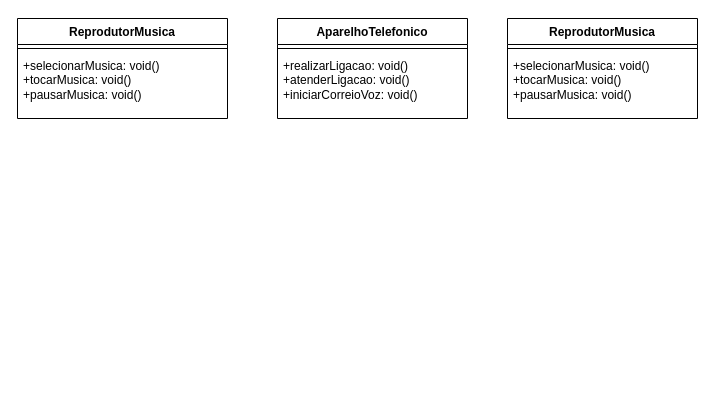
The draw.io diagram desafio-controle-fluxo/Diagrama sem nome.drawio in NFranco55/dio-trilha-java-basico, before the edit. Source tidied: cells renumbered, new cells numbered last; positions are measured from the earlier drawing's top-left corner, leaving out a move shared by most shapes. Both pictures are drawn from the tidied source at 100%, with x=0, y=0 at pixel (17, 18).
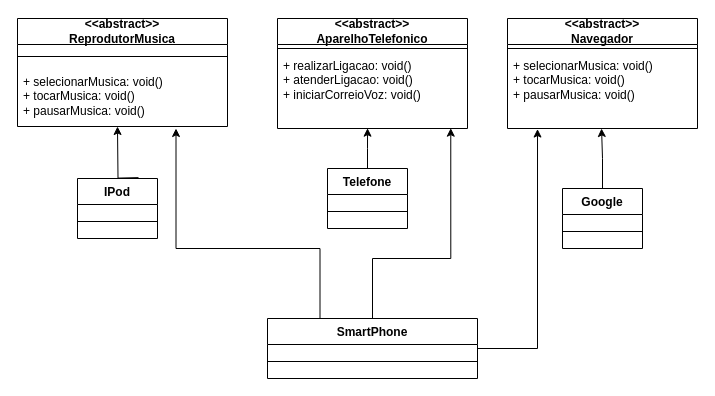
Above is the later version.

Diff of the diagram source:
```diff
@@
-    <mxCell id="2" value="ReprodutorMusica" style="swimlane;fontStyle=1;align=center;verticalAlign=top;horizontal=1;startSize=26;whiteSpace=wrap;html=1;" parent="1" vertex="1">
-      <mxGeometry width="210" height="100" as="geometry" />
+    <mxCell id="2" value="&lt;div&gt;&amp;lt;&amp;lt;abstract&amp;gt;&amp;gt;&lt;/div&gt;&lt;div&gt;ReprodutorMusica&lt;/div&gt;" style="swimlane;fontStyle=1;align=center;verticalAlign=middle;horizontal=1;startSize=26;whiteSpace=wrap;html=1;strokeWidth=1;perimeterSpacing=2;labelPosition=center;verticalLabelPosition=middle;" parent="1" vertex="1">
+      <mxGeometry width="210" height="108" as="geometry" />
     </mxCell>
     <mxCell id="3" style="line;strokeWidth=1;fillColor=none;align=left;verticalAlign=middle;spacingTop=-1;spacingLeft=3;spacingRight=3;labelPosition=right;strokeColor=inherit;" parent="2" vertex="1">
-      <mxGeometry y="26" width="210" height="8" as="geometry" />
+      <mxGeometry y="26" width="210" height="24" as="geometry" />
     </mxCell>
-    <mxCell id="4" value="&lt;div&gt;+selecionarMusica: void()&lt;/div&gt;&lt;div&gt;+tocarMusica: void()&lt;/div&gt;&lt;div&gt;+pausarMusica: void()&lt;br&gt;&lt;/div&gt;" style="text;strokeColor=none;fillColor=none;align=left;verticalAlign=top;spacingLeft=4;spacingRight=4;overflow=hidden;whiteSpace=wrap;html=1;" parent="2" vertex="1">
-      <mxGeometry y="34" width="210" height="66" as="geometry" />
+    <mxCell id="4" value="&lt;div&gt;+ selecionarMusica: void()&lt;/div&gt;&lt;div&gt;+ tocarMusica: void()&lt;/div&gt;&lt;div&gt;+ pausarMusica: void()&lt;br&gt;&lt;/div&gt;" style="text;strokeColor=none;fillColor=none;align=left;verticalAlign=top;spacingLeft=4;spacingRight=4;overflow=hidden;whiteSpace=wrap;html=1;" parent="2" vertex="1">
+      <mxGeometry y="50" width="210" height="58" as="geometry" />
     </mxCell>
-    <mxCell id="5" value="AparelhoTelefonico" style="swimlane;fontStyle=1;align=center;verticalAlign=top;horizontal=1;startSize=26;whiteSpace=wrap;html=1;" parent="1" vertex="1">
-      <mxGeometry x="260" width="190" height="100" as="geometry" />
+    <mxCell id="5" value="&lt;div&gt;&amp;lt;&amp;lt;abstract&amp;gt;&amp;gt;&lt;/div&gt;&lt;div&gt;AparelhoTelefonico&lt;/div&gt;" style="swimlane;fontStyle=1;align=center;verticalAlign=middle;horizontal=1;startSize=26;whiteSpace=wrap;html=1;labelPosition=center;verticalLabelPosition=middle;" parent="1" vertex="1">
+      <mxGeometry x="260" width="190" height="110" as="geometry" />
     </mxCell>
@@
-    <mxCell id="7" value="&lt;div&gt;+realizarLigacao: void()&lt;/div&gt;&lt;div&gt;+atenderLigacao: void()&lt;/div&gt;&lt;div&gt;+iniciarCorreioVoz: void()&lt;br&gt;&lt;/div&gt;" style="text;strokeColor=none;fillColor=none;align=left;verticalAlign=top;spacingLeft=4;spacingRight=4;overflow=hidden;points=[[0,0.5],[1,0.5]];portConstraint=eastwest;whiteSpace=wrap;html=1;" parent="5" vertex="1">
-      <mxGeometry y="34" width="190" height="66" as="geometry" />
+    <mxCell id="7" value="&lt;div&gt;+ realizarLigacao: void()&lt;/div&gt;&lt;div&gt;+ atenderLigacao: void()&lt;/div&gt;&lt;div&gt;+ iniciarCorreioVoz: void()&lt;br&gt;&lt;/div&gt;" style="text;strokeColor=none;fillColor=none;align=left;verticalAlign=top;spacingLeft=4;spacingRight=4;overflow=hidden;points=[[0,0.5],[1,0.5]];portConstraint=eastwest;whiteSpace=wrap;html=1;" parent="5" vertex="1">
+      <mxGeometry y="34" width="190" height="76" as="geometry" />
     </mxCell>
-    <mxCell id="8" value="ReprodutorMusica" style="swimlane;fontStyle=1;align=center;verticalAlign=top;horizontal=1;startSize=26;whiteSpace=wrap;html=1;" parent="1" vertex="1">
-      <mxGeometry x="490" width="190" height="100" as="geometry" />
+    <mxCell id="8" value="&lt;div&gt;&amp;lt;&amp;lt;abstract&amp;gt;&amp;gt;&lt;/div&gt;&lt;div&gt;Navegador&lt;/div&gt;" style="swimlane;fontStyle=1;align=center;verticalAlign=middle;horizontal=1;startSize=26;whiteSpace=wrap;html=1;labelPosition=center;verticalLabelPosition=middle;" parent="1" vertex="1">
+      <mxGeometry x="490" width="190" height="110" as="geometry" />
     </mxCell>
@@
-    <mxCell id="10" value="&lt;div&gt;+selecionarMusica: void()&lt;/div&gt;&lt;div&gt;+tocarMusica: void()&lt;/div&gt;&lt;div&gt;+pausarMusica: void()&lt;br&gt;&lt;/div&gt;" style="text;strokeColor=none;fillColor=none;align=left;verticalAlign=top;spacingLeft=4;spacingRight=4;overflow=hidden;points=[[0,0.5],[1,0.5]];portConstraint=eastwest;whiteSpace=wrap;html=1;" parent="8" vertex="1">
-      <mxGeometry y="34" width="190" height="66" as="geometry" />
+    <mxCell id="10" value="&lt;div&gt;+ selecionarMusica: void()&lt;/div&gt;&lt;div&gt;+ tocarMusica: void()&lt;/div&gt;&lt;div&gt;+ pausarMusica: void()&lt;br&gt;&lt;/div&gt;" style="text;strokeColor=none;fillColor=none;align=left;verticalAlign=top;spacingLeft=4;spacingRight=4;overflow=hidden;points=[[0,0.5],[1,0.5]];portConstraint=eastwest;whiteSpace=wrap;html=1;" parent="8" vertex="1">
+      <mxGeometry y="34" width="190" height="76" as="geometry" />
     </mxCell>
+    <mxCell id="11" style="edgeStyle=orthogonalEdgeStyle;rounded=0;jettySize=auto;html=1;exitX=0.25;exitY=0;exitDx=0;exitDy=0;entryX=0.75;entryY=1;entryDx=0;entryDy=0;" parent="1" edge="1" source="12" target="2">
+      <mxGeometry relative="1" as="geometry">
+        <Array as="points">
+          <mxPoint x="303" y="230" />
+          <mxPoint x="159" y="230" />
+        </Array>
+      </mxGeometry>
+    </mxCell>
+    <mxCell id="12" value="SmartPhone" style="swimlane;fontStyle=1;align=center;verticalAlign=top;horizontal=1;startSize=26;whiteSpace=wrap;html=1;" parent="1" vertex="1">
+      <mxGeometry x="250" y="300" width="210" height="60" as="geometry" />
+    </mxCell>
+    <mxCell id="13" style="line;strokeWidth=1;fillColor=none;align=left;verticalAlign=middle;spacingTop=-1;spacingLeft=3;spacingRight=3;labelPosition=right;strokeColor=inherit;" parent="12" vertex="1">
+      <mxGeometry y="26" width="210" height="34" as="geometry" />
+    </mxCell>
+    <mxCell id="14" value="&lt;div&gt;IPod&lt;/div&gt;&lt;div&gt;&lt;br&gt;&lt;/div&gt;" style="swimlane;fontStyle=1;align=center;verticalAlign=top;horizontal=1;startSize=26;whiteSpace=wrap;html=1;" parent="1" vertex="1">
+      <mxGeometry x="60" y="160" width="80" height="60" as="geometry" />
+    </mxCell>
+    <mxCell id="15" style="line;strokeWidth=1;fillColor=none;align=left;verticalAlign=middle;spacingTop=-1;spacingLeft=3;spacingRight=3;labelPosition=right;strokeColor=inherit;" parent="14" vertex="1">
+      <mxGeometry y="26" width="80" height="34" as="geometry" />
+    </mxCell>
+    <mxCell id="16" style="edgeStyle=orthogonalEdgeStyle;rounded=0;orthogonalLoop=1;jettySize=auto;html=1;exitX=0.5;exitY=0;exitDx=0;exitDy=0;entryX=0.376;entryY=1.015;entryDx=0;entryDy=0;entryPerimeter=0;" parent="1" edge="1">
+      <mxGeometry relative="1" as="geometry">
+        <mxPoint x="121" y="159.1" as="sourcePoint" />
+        <mxPoint x="100" y="108" as="targetPoint" />
+      </mxGeometry>
+    </mxCell>
+    <mxCell id="17" value="Telefone" style="swimlane;fontStyle=1;align=center;verticalAlign=top;horizontal=1;startSize=26;whiteSpace=wrap;html=1;" parent="1" vertex="1">
+      <mxGeometry x="310" y="150" width="80" height="60" as="geometry" />
+    </mxCell>
+    <mxCell id="18" style="line;strokeWidth=1;fillColor=none;align=left;verticalAlign=middle;spacingTop=-1;spacingLeft=3;spacingRight=3;labelPosition=right;strokeColor=inherit;" parent="17" vertex="1">
+      <mxGeometry y="26" width="80" height="34" as="geometry" />
+    </mxCell>
+    <mxCell id="19" value="Google" style="swimlane;fontStyle=1;align=center;verticalAlign=top;horizontal=1;startSize=26;whiteSpace=wrap;html=1;" parent="1" vertex="1">
+      <mxGeometry x="545" y="170" width="80" height="60" as="geometry" />
+    </mxCell>
+    <mxCell id="20" style="line;strokeWidth=1;fillColor=none;align=left;verticalAlign=middle;spacingTop=-1;spacingLeft=3;spacingRight=3;labelPosition=right;strokeColor=inherit;" parent="19" vertex="1">
+      <mxGeometry y="26" width="80" height="34" as="geometry" />
+    </mxCell>
+    <mxCell id="21" style="edgeStyle=orthogonalEdgeStyle;rounded=0;jettySize=auto;html=1;exitX=0.5;exitY=0;exitDx=0;exitDy=0;entryX=0.495;entryY=1;entryDx=0;entryDy=0;entryPerimeter=0;" parent="1" edge="1" source="19" target="10">
+      <mxGeometry relative="1" as="geometry" />
+    </mxCell>
+    <mxCell id="22" style="edgeStyle=orthogonalEdgeStyle;rounded=0;jettySize=auto;html=1;exitX=0.5;exitY=0;exitDx=0;exitDy=0;entryX=0.912;entryY=0.996;entryDx=0;entryDy=0;entryPerimeter=0;" parent="1" edge="1" source="12" target="7">
+      <mxGeometry relative="1" as="geometry">
+        <Array as="points">
+          <mxPoint x="355" y="240" />
+          <mxPoint x="433" y="240" />
+        </Array>
+      </mxGeometry>
+    </mxCell>
+    <mxCell id="23" style="edgeStyle=orthogonalEdgeStyle;rounded=0;jettySize=auto;html=1;exitX=0.5;exitY=0;exitDx=0;exitDy=0;entryX=0.474;entryY=0.996;entryDx=0;entryDy=0;entryPerimeter=0;" parent="1" edge="1" source="17" target="7">
+      <mxGeometry relative="1" as="geometry" />
+    </mxCell>
+    <mxCell id="24" style="edgeStyle=orthogonalEdgeStyle;rounded=0;jettySize=auto;html=1;exitX=1;exitY=0.5;exitDx=0;exitDy=0;entryX=0.158;entryY=1.007;entryDx=0;entryDy=0;entryPerimeter=0;" parent="1" edge="1" source="12" target="10">
+      <mxGeometry relative="1" as="geometry" />
+    </mxCell>
```
